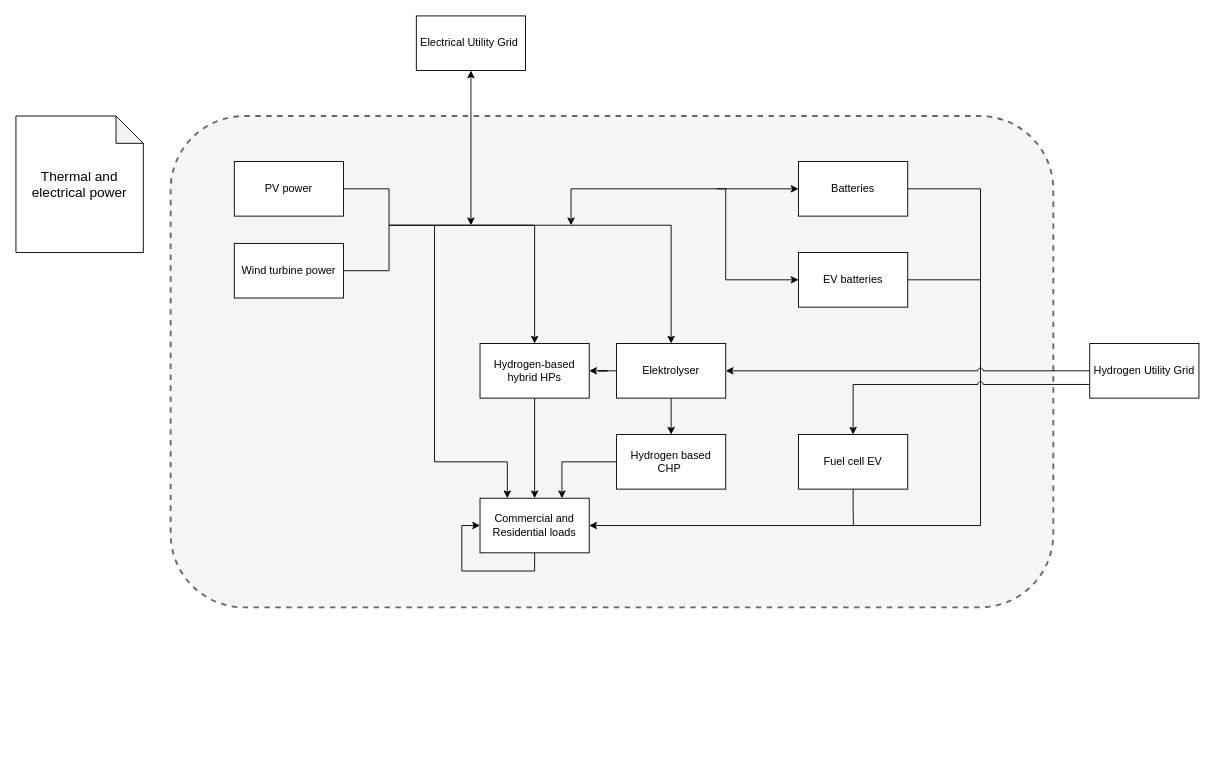
Above: page "Model architecture" (2 of 2) of flowchart.drawio in TEKaal/Diagrams (draw.io), before the change. Source tidied: cells renumbered, new cells numbered last; positions are measured from the earlier drawing's top-left corner, leaving out a move shared by most shapes. Both pictures are drawn from the tidied source at 91%, with x=0, y=0 at pixel (15, 15).
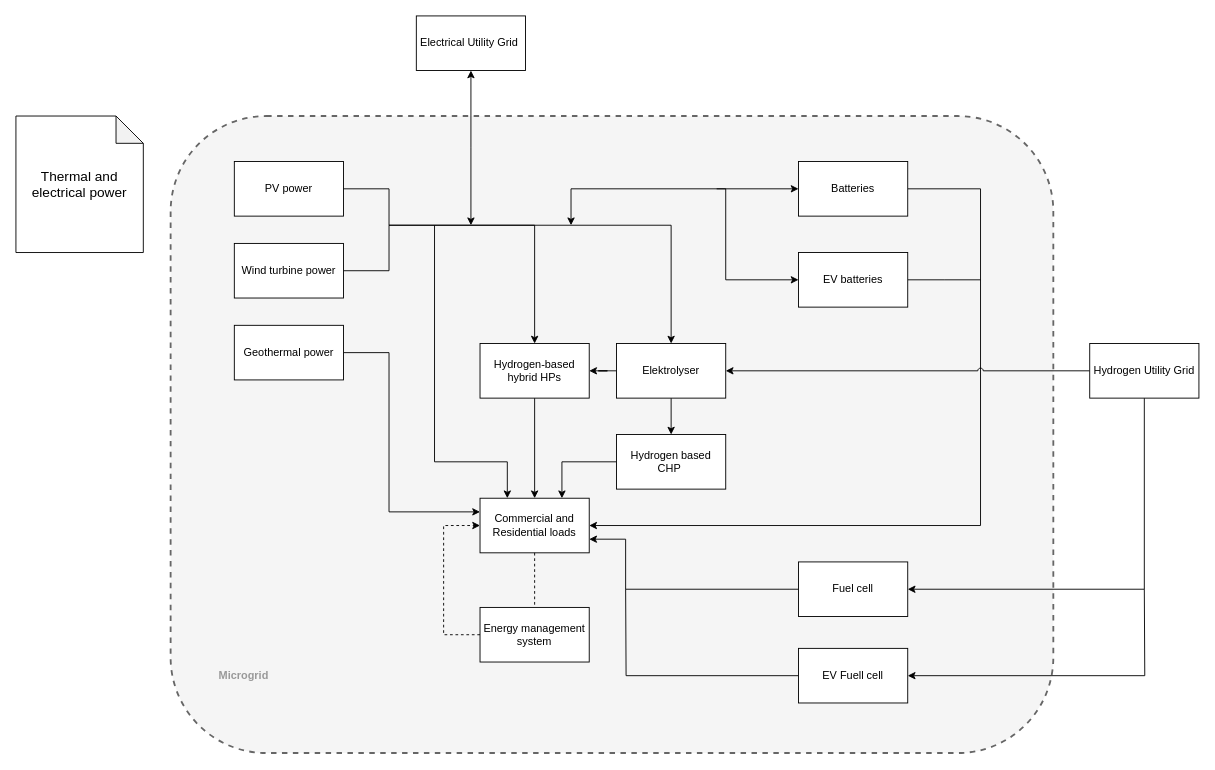
Above is the later version.

Unchanged cells that the change refers to:
```xml
<mxCell id="10" value="Commercial and Residential loads" style="rounded=0;whiteSpace=wrap;html=1;" parent="1" vertex="1">
  <mxGeometry x="510" y="530" width="120" height="60" as="geometry" />
</mxCell>
<mxCell id="29" value="Hydrogen Utility Grid" style="rounded=0;whiteSpace=wrap;html=1;" parent="1" vertex="1">
  <mxGeometry x="1180" y="360" width="120" height="60" as="geometry" />
</mxCell>
```

What changed in the source:
```diff
@@
     <mxCell id="2" style="rounded=1;whiteSpace=wrap;html=1;strokeColor=#666666;dashed=1;fillColor=#f5f5f5;fontColor=#333333;strokeWidth=2;" parent="1" vertex="1">
-      <mxGeometry x="170" y="110" width="970" height="540" as="geometry" />
+      <mxGeometry x="170" y="110" width="970" height="700" as="geometry" />
     </mxCell>
-    <mxCell id="3" style="edgeStyle=orthogonalEdgeStyle;rounded=0;jettySize=auto;html=1;exitX=0.5;exitY=1;exitDx=0;exitDy=0;endArrow=none;endFill=0;" parent="1" edge="1" source="4">
-      <mxGeometry relative="1" as="geometry">
-        <mxPoint x="920.3" y="560" as="targetPoint" />
-      </mxGeometry>
-    </mxCell>
-    <mxCell id="4" value="Fuel cell EV" style="rounded=0;whiteSpace=wrap;html=1;" parent="1" vertex="1">
-      <mxGeometry x="860" y="460" width="120" height="60" as="geometry" />
+    <mxCell id="4" value="Fuel cell" style="rounded=0;whiteSpace=wrap;html=1;" parent="1" vertex="1">
+      <mxGeometry x="860" y="600" width="120" height="60" as="geometry" />
     </mxCell>
@@
-    <mxCell id="28" style="edgeStyle=orthogonalEdgeStyle;rounded=0;jettySize=auto;html=1;exitX=0;exitY=0.75;exitDx=0;exitDy=0;jumpStyle=arc;" parent="1" edge="1" source="29" target="4">
-      <mxGeometry relative="1" as="geometry" />
-    </mxCell>
+    <mxCell id="32" style="edgeStyle=orthogonalEdgeStyle;rounded=0;jettySize=auto;html=1;" parent="1" edge="1" source="29">
+      <mxGeometry relative="1" as="geometry">
+        <mxPoint x="980" y="630" as="targetPoint" />
+        <Array as="points">
+          <mxPoint x="1240" y="630" />
+        </Array>
+      </mxGeometry>
+    </mxCell>
@@
-    <mxCell id="31" style="edgeStyle=orthogonalEdgeStyle;rounded=0;orthogonalLoop=1;jettySize=auto;html=1;entryX=0;entryY=0.5;entryDx=0;entryDy=0;" parent="1" edge="1" source="10" target="10">
+    <mxCell id="31" style="edgeStyle=orthogonalEdgeStyle;rounded=0;jettySize=auto;html=1;endArrow=none;endFill=0;dashed=1;" parent="1" edge="1" source="10" target="34">
       <mxGeometry relative="1" as="geometry">
         <Array as="points">
           <mxPoint x="570" y="610" />
-          <mxPoint x="490" y="610" />
-          <mxPoint x="490" y="560" />
+          <mxPoint x="570" y="610" />
         </Array>
       </mxGeometry>
     </mxCell>
+    <mxCell id="33" value="Microgrid" style="text;html=1;align=center;verticalAlign=middle;strokeColor=none;fillColor=none;fontStyle=1;fontColor=#999999;" parent="1" vertex="1">
+      <mxGeometry x="210" y="710" width="80" height="30" as="geometry" />
+    </mxCell>
+    <mxCell id="34" value="Energy management system" style="rounded=0;whiteSpace=wrap;html=1;" parent="1" vertex="1">
+      <mxGeometry x="510" y="650" width="120" height="60" as="geometry" />
+    </mxCell>
+    <mxCell id="35" style="edgeStyle=orthogonalEdgeStyle;rounded=0;jettySize=auto;html=1;entryX=0;entryY=0.5;entryDx=0;entryDy=0;dashed=1;" parent="1" edge="1" source="34" target="10">
+      <mxGeometry relative="1" as="geometry">
+        <Array as="points">
+          <mxPoint x="470" y="680" />
+          <mxPoint x="470" y="560" />
+        </Array>
+      </mxGeometry>
+    </mxCell>
+    <mxCell id="36" style="edgeStyle=orthogonalEdgeStyle;rounded=0;jettySize=auto;html=1;entryX=1;entryY=0.75;entryDx=0;entryDy=0;" parent="1" edge="1" target="10">
+      <mxGeometry relative="1" as="geometry">
+        <mxPoint x="860" y="630" as="sourcePoint" />
+        <Array as="points">
+          <mxPoint x="670" y="630" />
+          <mxPoint x="670" y="575" />
+        </Array>
+      </mxGeometry>
+    </mxCell>
+    <mxCell id="37" style="edgeStyle=orthogonalEdgeStyle;rounded=0;jettySize=auto;html=1;endArrow=none;endFill=0;startArrow=classic;startFill=1;" parent="1" edge="1" source="39">
+      <mxGeometry relative="1" as="geometry">
+        <mxPoint x="1240" y="630" as="targetPoint" />
+      </mxGeometry>
+    </mxCell>
+    <mxCell id="38" style="edgeStyle=orthogonalEdgeStyle;rounded=0;jettySize=auto;html=1;endArrow=none;endFill=0;" parent="1" edge="1" source="39">
+      <mxGeometry relative="1" as="geometry">
+        <mxPoint x="670" y="630" as="targetPoint" />
+      </mxGeometry>
+    </mxCell>
+    <mxCell id="39" value="EV Fuell cell" style="rounded=0;whiteSpace=wrap;html=1;" parent="1" vertex="1">
+      <mxGeometry x="860" y="695" width="120" height="60" as="geometry" />
+    </mxCell>
+    <mxCell id="40" style="edgeStyle=orthogonalEdgeStyle;rounded=0;jettySize=auto;html=1;entryX=0;entryY=0.25;entryDx=0;entryDy=0;" parent="1" edge="1" source="41" target="10">
+      <mxGeometry relative="1" as="geometry">
+        <Array as="points">
+          <mxPoint x="410" y="370" />
+          <mxPoint x="410" y="545" />
+        </Array>
+      </mxGeometry>
+    </mxCell>
+    <mxCell id="41" value="Geothermal power" style="rounded=0;whiteSpace=wrap;html=1;" parent="1" vertex="1">
+      <mxGeometry x="240" y="340" width="120" height="60" as="geometry" />
+    </mxCell>
```
